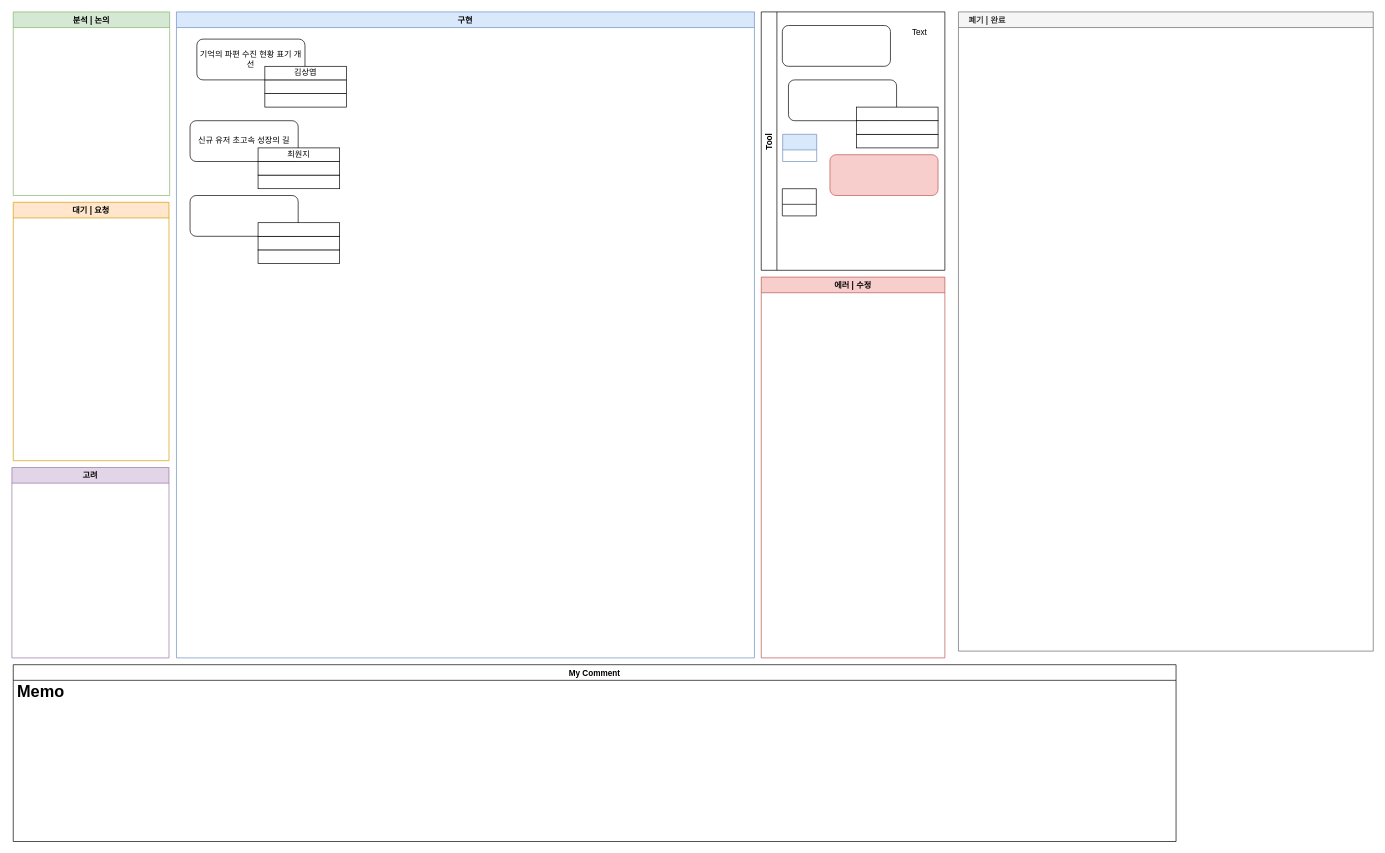
Above: 시즌12컨텐츠3팀작업내용.drawio in Endorr/Job-Board (draw.io), before the change. Source tidied: cells renumbered, new cells numbered last; positions are measured from the earlier drawing's top-left corner, leaving out a move shared by most shapes. Both pictures are drawn from the tidied source at 68%, with x=0, y=0 at pixel (12, 12).
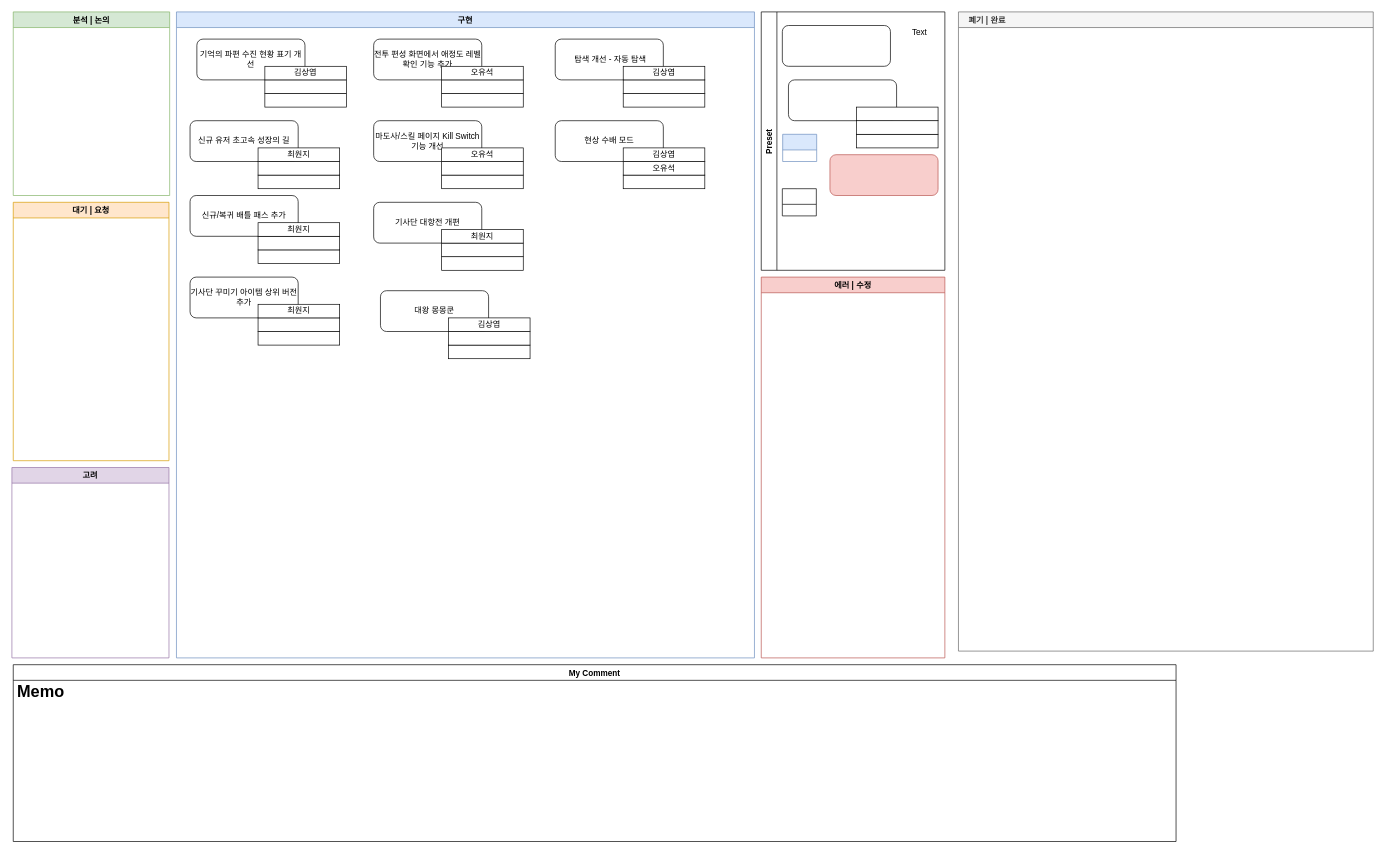
The same diagram, later.

Commit message:
시즌12컨텐츠3팀작업내용.drawio 업데이트

The change refers to these unchanged cells:
```xml
<mxCell id="2" value="구현" style="swimlane;fillColor=#dae8fc;strokeColor=#6c8ebf;" parent="1" vertex="1">
  <mxGeometry x="242" width="850" height="950" as="geometry" />
</mxCell>
<mxCell id="13" style="group;" parent="2" vertex="1">
  <mxGeometry x="20" y="270" width="220" height="100" as="geometry" />
</mxCell>
```

Change to the diagram source:
```diff
@@
-    <mxCell id="15" style="rounded=1;whiteSpace=wrap;html=1;" parent="13" vertex="1">
+    <mxCell id="15" value="신규/복귀 배틀 패스 추가" style="rounded=1;whiteSpace=wrap;html=1;" parent="13" vertex="1">
       <mxGeometry width="159" height="60" as="geometry" />
     </mxCell>
@@
-    <mxCell id="17" style="rounded=0;whiteSpace=wrap;html=1;" parent="13" vertex="1">
+    <mxCell id="17" value="최원지" style="rounded=0;whiteSpace=wrap;html=1;" parent="13" vertex="1">
       <mxGeometry x="100" y="40" width="120" height="20" as="geometry" />
     </mxCell>
+    <mxCell id="36" style="group;" parent="2" vertex="1">
+      <mxGeometry x="20" y="390" width="220" height="100" as="geometry" />
+    </mxCell>
+    <mxCell id="37" style="rounded=0;whiteSpace=wrap;html=1;" parent="36" vertex="1">
+      <mxGeometry x="100" y="80" width="120" height="20" as="geometry" />
+    </mxCell>
+    <mxCell id="38" value="기사단 꾸미기 아이템 상위 버전 추가" style="rounded=1;whiteSpace=wrap;html=1;" parent="36" vertex="1">
+      <mxGeometry width="159" height="60" as="geometry" />
+    </mxCell>
+    <mxCell id="39" style="rounded=0;whiteSpace=wrap;html=1;" parent="36" vertex="1">
+      <mxGeometry x="100" y="60" width="120" height="20" as="geometry" />
+    </mxCell>
+    <mxCell id="40" value="최원지" style="rounded=0;whiteSpace=wrap;html=1;" parent="36" vertex="1">
+      <mxGeometry x="100" y="40" width="120" height="20" as="geometry" />
+    </mxCell>
+    <mxCell id="41" style="group;" parent="2" vertex="1">
+      <mxGeometry x="290" y="40" width="220" height="100" as="geometry" />
+    </mxCell>
+    <mxCell id="42" style="rounded=0;whiteSpace=wrap;html=1;" parent="41" vertex="1">
+      <mxGeometry x="100" y="80" width="120" height="20" as="geometry" />
+    </mxCell>
+    <mxCell id="43" value="전투 편성 화면에서 애정도 레벨 확인 기능 추가" style="rounded=1;whiteSpace=wrap;html=1;" parent="41" vertex="1">
+      <mxGeometry width="159" height="60" as="geometry" />
+    </mxCell>
+    <mxCell id="44" style="rounded=0;whiteSpace=wrap;html=1;" parent="41" vertex="1">
+      <mxGeometry x="100" y="60" width="120" height="20" as="geometry" />
+    </mxCell>
+    <mxCell id="45" value="오유석" style="rounded=0;whiteSpace=wrap;html=1;" parent="41" vertex="1">
+      <mxGeometry x="100" y="40" width="120" height="20" as="geometry" />
+    </mxCell>
+    <mxCell id="46" style="group;" parent="2" vertex="1">
+      <mxGeometry x="290" y="160" width="220" height="100" as="geometry" />
+    </mxCell>
+    <mxCell id="47" style="rounded=0;whiteSpace=wrap;html=1;" parent="46" vertex="1">
+      <mxGeometry x="100" y="80" width="120" height="20" as="geometry" />
+    </mxCell>
+    <mxCell id="48" value="마도사/스킬 페이지 Kill Switch 기능 개선" style="rounded=1;whiteSpace=wrap;html=1;" parent="46" vertex="1">
+      <mxGeometry width="159" height="60" as="geometry" />
+    </mxCell>
+    <mxCell id="49" style="rounded=0;whiteSpace=wrap;html=1;" parent="46" vertex="1">
+      <mxGeometry x="100" y="60" width="120" height="20" as="geometry" />
+    </mxCell>
+    <mxCell id="50" value="오유석" style="rounded=0;whiteSpace=wrap;html=1;" parent="46" vertex="1">
+      <mxGeometry x="100" y="40" width="120" height="20" as="geometry" />
+    </mxCell>
+    <mxCell id="51" style="group;" parent="2" vertex="1">
+      <mxGeometry x="290" y="280" width="220" height="100" as="geometry" />
+    </mxCell>
+    <mxCell id="52" style="rounded=0;whiteSpace=wrap;html=1;" parent="51" vertex="1">
+      <mxGeometry x="100" y="80" width="120" height="20" as="geometry" />
+    </mxCell>
+    <mxCell id="53" value="기사단 대항전 개편" style="rounded=1;whiteSpace=wrap;html=1;" parent="51" vertex="1">
+      <mxGeometry width="159" height="60" as="geometry" />
+    </mxCell>
+    <mxCell id="54" style="rounded=0;whiteSpace=wrap;html=1;" parent="51" vertex="1">
+      <mxGeometry x="100" y="60" width="120" height="20" as="geometry" />
+    </mxCell>
+    <mxCell id="55" value="최원지" style="rounded=0;whiteSpace=wrap;html=1;" parent="51" vertex="1">
+      <mxGeometry x="100" y="40" width="120" height="20" as="geometry" />
+    </mxCell>
+    <mxCell id="56" style="group;" parent="2" vertex="1">
+      <mxGeometry x="300" y="410" width="220" height="100" as="geometry" />
+    </mxCell>
+    <mxCell id="57" style="rounded=0;whiteSpace=wrap;html=1;" parent="56" vertex="1">
+      <mxGeometry x="100" y="80" width="120" height="20" as="geometry" />
+    </mxCell>
+    <mxCell id="58" value="대왕 몽몽쿤" style="rounded=1;whiteSpace=wrap;html=1;" parent="56" vertex="1">
+      <mxGeometry width="159" height="60" as="geometry" />
+    </mxCell>
+    <mxCell id="59" style="rounded=0;whiteSpace=wrap;html=1;" parent="56" vertex="1">
+      <mxGeometry x="100" y="60" width="120" height="20" as="geometry" />
+    </mxCell>
+    <mxCell id="60" value="김상엽" style="rounded=0;whiteSpace=wrap;html=1;" parent="56" vertex="1">
+      <mxGeometry x="100" y="40" width="120" height="20" as="geometry" />
+    </mxCell>
+    <mxCell id="61" style="group;" parent="2" vertex="1">
+      <mxGeometry x="557" y="40" width="220" height="100" as="geometry" />
+    </mxCell>
+    <mxCell id="62" style="rounded=0;whiteSpace=wrap;html=1;" parent="61" vertex="1">
+      <mxGeometry x="100" y="80" width="120" height="20" as="geometry" />
+    </mxCell>
+    <mxCell id="63" value="&amp;nbsp;탐색 개선 - 자동 탐색" style="rounded=1;whiteSpace=wrap;html=1;" parent="61" vertex="1">
+      <mxGeometry width="159" height="60" as="geometry" />
+    </mxCell>
+    <mxCell id="64" style="rounded=0;whiteSpace=wrap;html=1;" parent="61" vertex="1">
+      <mxGeometry x="100" y="60" width="120" height="20" as="geometry" />
+    </mxCell>
+    <mxCell id="65" value="김상엽" style="rounded=0;whiteSpace=wrap;html=1;" parent="61" vertex="1">
+      <mxGeometry x="100" y="40" width="120" height="20" as="geometry" />
+    </mxCell>
+    <mxCell id="66" style="group;" parent="2" vertex="1">
+      <mxGeometry x="557" y="160" width="220" height="100" as="geometry" />
+    </mxCell>
+    <mxCell id="67" style="rounded=0;whiteSpace=wrap;html=1;" parent="66" vertex="1">
+      <mxGeometry x="100" y="80" width="120" height="20" as="geometry" />
+    </mxCell>
+    <mxCell id="68" value="현상 수배 모드" style="rounded=1;whiteSpace=wrap;html=1;" parent="66" vertex="1">
+      <mxGeometry width="159" height="60" as="geometry" />
+    </mxCell>
+    <mxCell id="69" value="오유석" style="rounded=0;whiteSpace=wrap;html=1;" parent="66" vertex="1">
+      <mxGeometry x="100" y="60" width="120" height="20" as="geometry" />
+    </mxCell>
+    <mxCell id="70" value="김상엽" style="rounded=0;whiteSpace=wrap;html=1;" parent="66" vertex="1">
+      <mxGeometry x="100" y="40" width="120" height="20" as="geometry" />
+    </mxCell>
@@
-    <mxCell id="24" value="Tool" style="swimlane;horizontal=0;" parent="1" vertex="1">
+    <mxCell id="24" value="Preset" style="swimlane;horizontal=0;" parent="1" vertex="1">
       <mxGeometry x="1102" width="270" height="380" as="geometry" />
     </mxCell>
```
